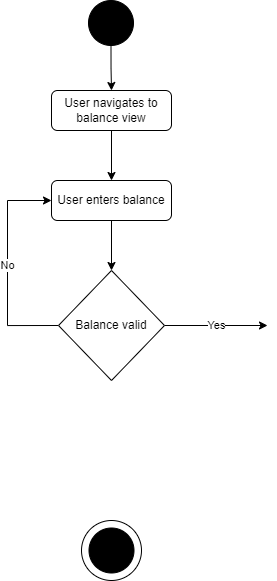
The draw.io diagram docs/activityDiagrams/figs/addBalance.png in CS3450-Group9/Dans-AutoBarn, before a commit. Source tidied: cells renumbered, new cells last; positions are measured from the earlier drawing's top-left corner, leaving out a move shared by most shapes.
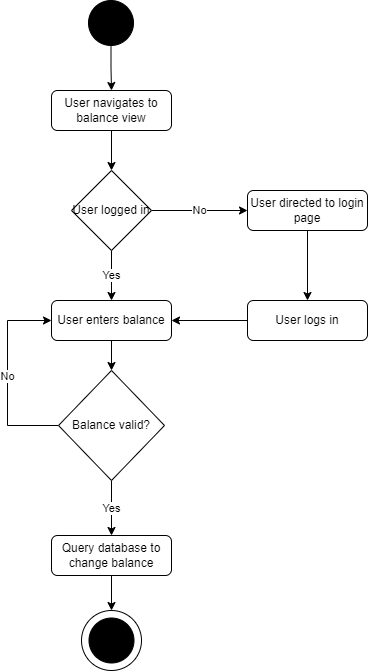
Later version of the same file.

Commit message:
Finished activity diagram

What changed in the source:
```diff
@@ -1,9 +1,9 @@
-<mxGraphModel>
+<mxGraphModel background="#FFFFFF">
   <root>
     <mxCell id="0" />
     <mxCell id="1" parent="0" />
-    <mxCell id="2" style="group;" parent="1" vertex="1">
-      <mxGeometry x="74" y="520" width="60" height="60" as="geometry" />
+    <mxCell id="2" style="group;rotation=90;" parent="1" vertex="1">
+      <mxGeometry x="74" y="620" width="60" height="60" as="geometry" />
     </mxCell>
     <mxCell id="3" style="ellipse;whiteSpace=wrap;html=1;fillColor=#FFFFFF;" parent="2" vertex="1">
       <mxGeometry width="60" height="60" as="geometry" />
@@ -15,35 +15,60 @@
       <mxGeometry relative="1" as="geometry" />
     </mxCell>
     <mxCell id="6" style="ellipse;whiteSpace=wrap;html=1;fillColor=#000000;" parent="1" vertex="1">
-      <mxGeometry x="81" width="45" height="45" as="geometry" />
+      <mxGeometry x="81" y="10" width="45" height="45" as="geometry" />
     </mxCell>
-    <mxCell id="7" style="edgeStyle=orthogonalEdgeStyle;rounded=0;jettySize=auto;html=1;exitX=0.5;exitY=1;exitDx=0;exitDy=0;entryX=0.5;entryY=0;entryDx=0;entryDy=0;" parent="1" edge="1" source="8" target="13">
-      <mxGeometry relative="1" as="geometry" />
-    </mxCell>
+    <mxCell id="14" style="edgeStyle=orthogonalEdgeStyle;rounded=0;jettySize=auto;html=1;exitX=0.5;exitY=1;exitDx=0;exitDy=0;entryX=0.5;entryY=0;entryDx=0;entryDy=0;" parent="1" edge="1" source="8" target="20">
+      <mxGeometry relative="1" as="geometry" />
+    </mxCell>
     <mxCell id="8" value="User navigates to balance view" style="rounded=1;whiteSpace=wrap;html=1;fillColor=#FFFFFF;" parent="1" vertex="1">
-      <mxGeometry x="44" y="90" width="120" height="40" as="geometry" />
+      <mxGeometry x="44" y="100" width="120" height="40" as="geometry" />
     </mxCell>
-    <mxCell id="9" value="Yes" style="edgeStyle=orthogonalEdgeStyle;rounded=0;jettySize=auto;html=1;exitX=1;exitY=0.5;exitDx=0;exitDy=0;" parent="1" edge="1" source="11">
-      <mxGeometry relative="1" as="geometry">
-        <mxPoint x="260" y="325" as="targetPoint" />
-      </mxGeometry>
-    </mxCell>
     <mxCell id="10" value="No" style="edgeStyle=orthogonalEdgeStyle;rounded=0;jettySize=auto;html=1;exitX=0;exitY=0.5;exitDx=0;exitDy=0;entryX=0;entryY=0.5;entryDx=0;entryDy=0;" parent="1" edge="1" source="11" target="13">
       <mxGeometry relative="1" as="geometry">
         <Array as="points">
-          <mxPoint y="325" />
-          <mxPoint y="200" />
+          <mxPoint y="435" />
+          <mxPoint y="330" />
         </Array>
       </mxGeometry>
     </mxCell>
+    <mxCell id="15" value="Yes" style="edgeStyle=orthogonalEdgeStyle;rounded=0;jettySize=auto;html=1;exitX=0.5;exitY=1;exitDx=0;exitDy=0;entryX=0.5;entryY=0;entryDx=0;entryDy=0;" parent="1" edge="1" source="11" target="17">
+      <mxGeometry relative="1" as="geometry" />
+    </mxCell>
-    <mxCell id="11" value="Balance valid" style="rhombus;whiteSpace=wrap;html=1;fillColor=#FFFFFF;" parent="1" vertex="1">
-      <mxGeometry x="51" y="270" width="106" height="110" as="geometry" />
+    <mxCell id="11" value="Balance valid?" style="rhombus;whiteSpace=wrap;html=1;fillColor=#FFFFFF;" parent="1" vertex="1">
+      <mxGeometry x="51" y="380" width="106" height="110" as="geometry" />
     </mxCell>
-    <mxCell id="12" style="edgeStyle=orthogonalEdgeStyle;rounded=0;jettySize=auto;html=1;exitX=0.5;exitY=1;exitDx=0;exitDy=0;entryX=0.5;entryY=0;entryDx=0;entryDy=0;" parent="1" edge="1" source="13" target="11">
+    <mxCell id="12" style="edgeStyle=orthogonalEdgeStyle;rounded=0;jettySize=auto;html=1;entryX=0.5;entryY=0;entryDx=0;entryDy=0;" parent="1" edge="1" source="13" target="11">
       <mxGeometry relative="1" as="geometry" />
     </mxCell>
     <mxCell id="13" value="User enters balance" style="rounded=1;whiteSpace=wrap;html=1;fillColor=#FFFFFF;" parent="1" vertex="1">
-      <mxGeometry x="44" y="180" width="120" height="40" as="geometry" />
+      <mxGeometry x="44" y="310" width="120" height="40" as="geometry" />
     </mxCell>
+    <mxCell id="16" style="edgeStyle=orthogonalEdgeStyle;rounded=0;jettySize=auto;html=1;exitX=0.5;exitY=1;exitDx=0;exitDy=0;entryX=0.5;entryY=0;entryDx=0;entryDy=0;" parent="1" edge="1" source="17" target="3">
+      <mxGeometry relative="1" as="geometry" />
+    </mxCell>
+    <mxCell id="17" value="Query database to change balance" style="rounded=1;whiteSpace=wrap;html=1;" parent="1" vertex="1">
+      <mxGeometry x="44" y="545" width="120" height="40" as="geometry" />
+    </mxCell>
+    <mxCell id="18" value="Yes" style="edgeStyle=orthogonalEdgeStyle;rounded=0;jettySize=auto;html=1;exitX=0.5;exitY=1;exitDx=0;exitDy=0;entryX=0.5;entryY=0;entryDx=0;entryDy=0;" parent="1" edge="1" source="20" target="13">
+      <mxGeometry relative="1" as="geometry" />
+    </mxCell>
+    <mxCell id="19" value="No" style="edgeStyle=orthogonalEdgeStyle;rounded=0;jettySize=auto;html=1;exitX=1;exitY=0.5;exitDx=0;exitDy=0;entryX=0;entryY=0.5;entryDx=0;entryDy=0;" parent="1" edge="1" source="20" target="22">
+      <mxGeometry relative="1" as="geometry" />
+    </mxCell>
+    <mxCell id="20" value="User logged in" style="rhombus;whiteSpace=wrap;html=1;" parent="1" vertex="1">
+      <mxGeometry x="64" y="180" width="80" height="80" as="geometry" />
+    </mxCell>
+    <mxCell id="21" style="edgeStyle=orthogonalEdgeStyle;rounded=0;jettySize=auto;html=1;exitX=0.5;exitY=1;exitDx=0;exitDy=0;entryX=0.5;entryY=0;entryDx=0;entryDy=0;" parent="1" edge="1" source="22" target="24">
+      <mxGeometry relative="1" as="geometry" />
+    </mxCell>
+    <mxCell id="22" value="User directed to login page" style="rounded=1;whiteSpace=wrap;html=1;" parent="1" vertex="1">
+      <mxGeometry x="240" y="200" width="120" height="40" as="geometry" />
+    </mxCell>
+    <mxCell id="23" style="edgeStyle=orthogonalEdgeStyle;rounded=0;jettySize=auto;html=1;exitX=0;exitY=0.5;exitDx=0;exitDy=0;entryX=1;entryY=0.5;entryDx=0;entryDy=0;" parent="1" edge="1" source="24" target="13">
+      <mxGeometry relative="1" as="geometry" />
+    </mxCell>
+    <mxCell id="24" value="User logs in" style="rounded=1;whiteSpace=wrap;html=1;" parent="1" vertex="1">
+      <mxGeometry x="240" y="310" width="120" height="40" as="geometry" />
+    </mxCell>
   </root>
 </mxGraphModel>
```
